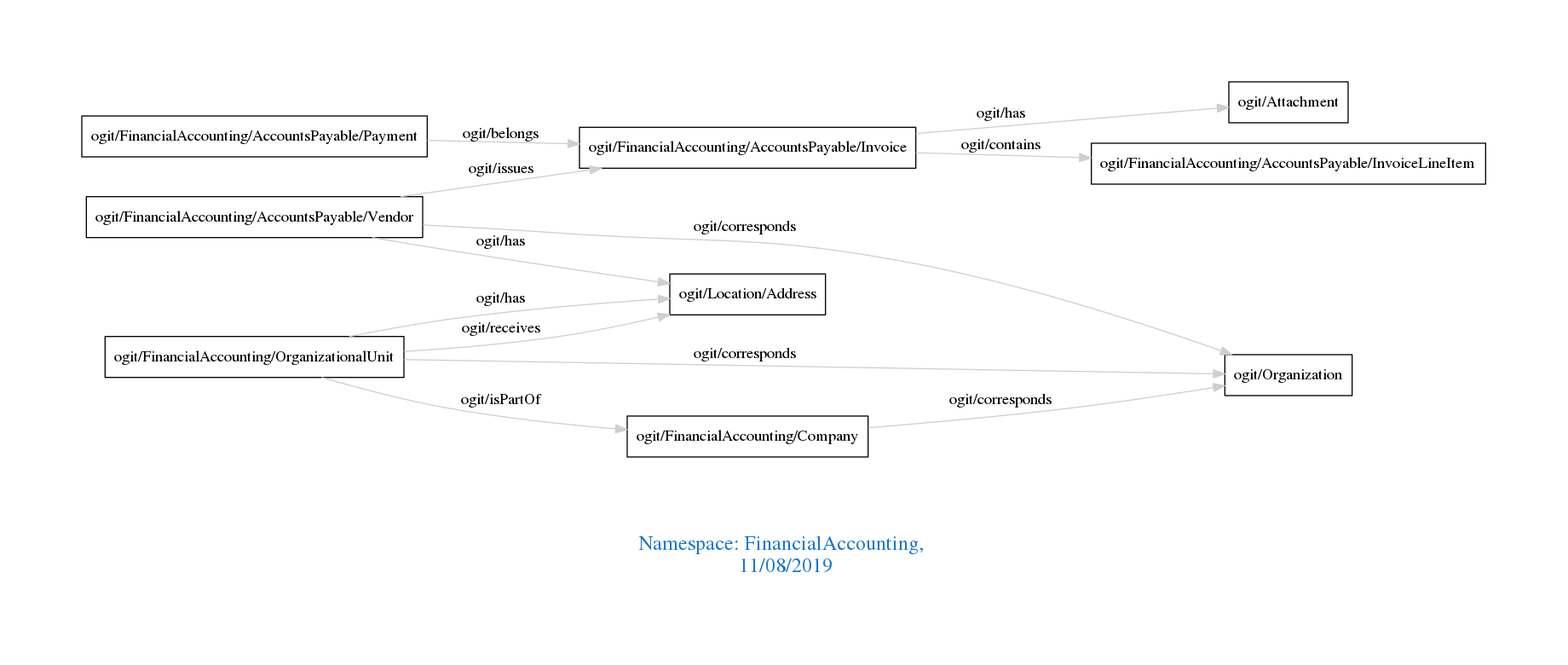
Earlier version of the Graphviz export downloads/FinancialAccounting.png (arago/OGIT). Its source is kept beside it as downloads/FinancialAccounting.dot.
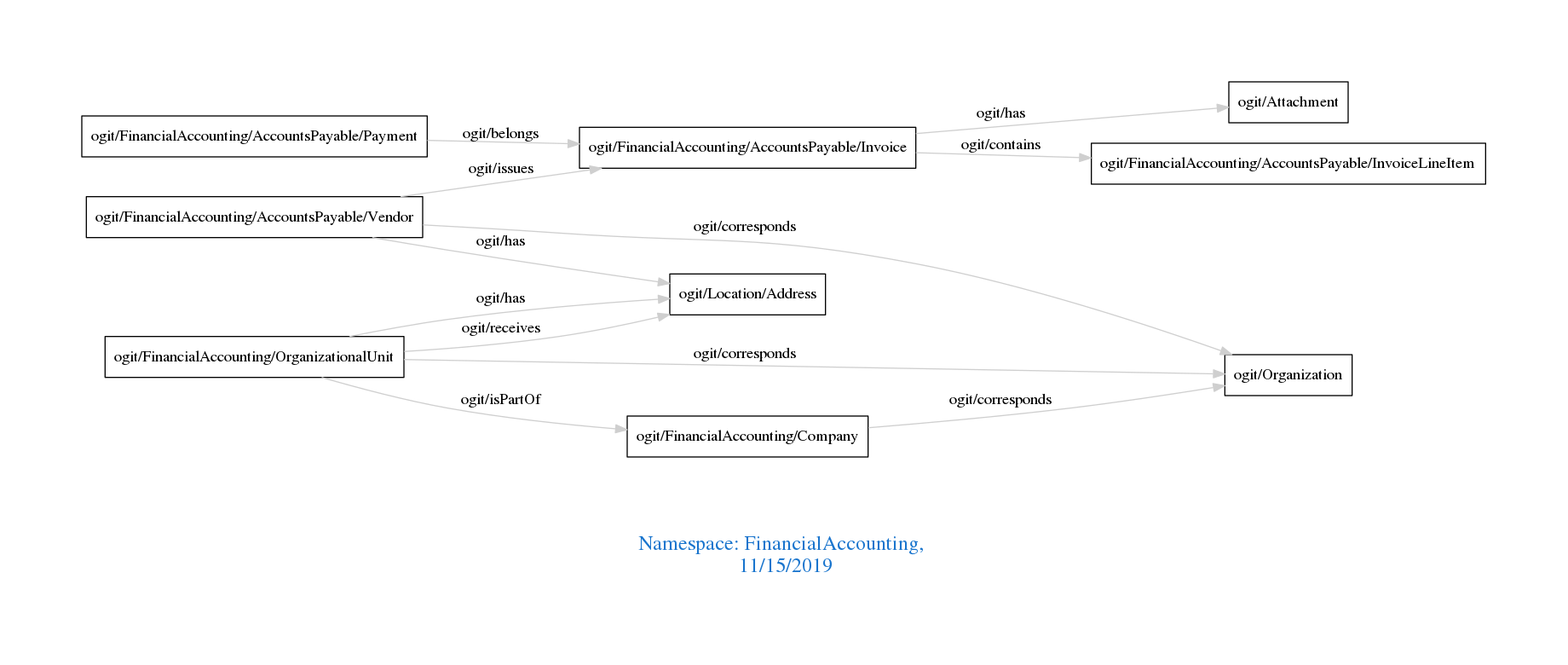
After the change.

Diff of the diagram source:
```diff
@@ -1,7 +1,7 @@
 digraph OGIT_ontology {
  graph [ rankdir= LR,pad=1
 fontsize = 18,
-fontcolor= dodgerblue3,label = "\n\n\nNamespace: FinancialAccounting, \n 11/08/2019"];
+fontcolor= dodgerblue3,label = "\n\n\nNamespace: FinancialAccounting, \n 11/15/2019"];
 node[shape=polygon];
 edge [  color="gray81"];
 
```
